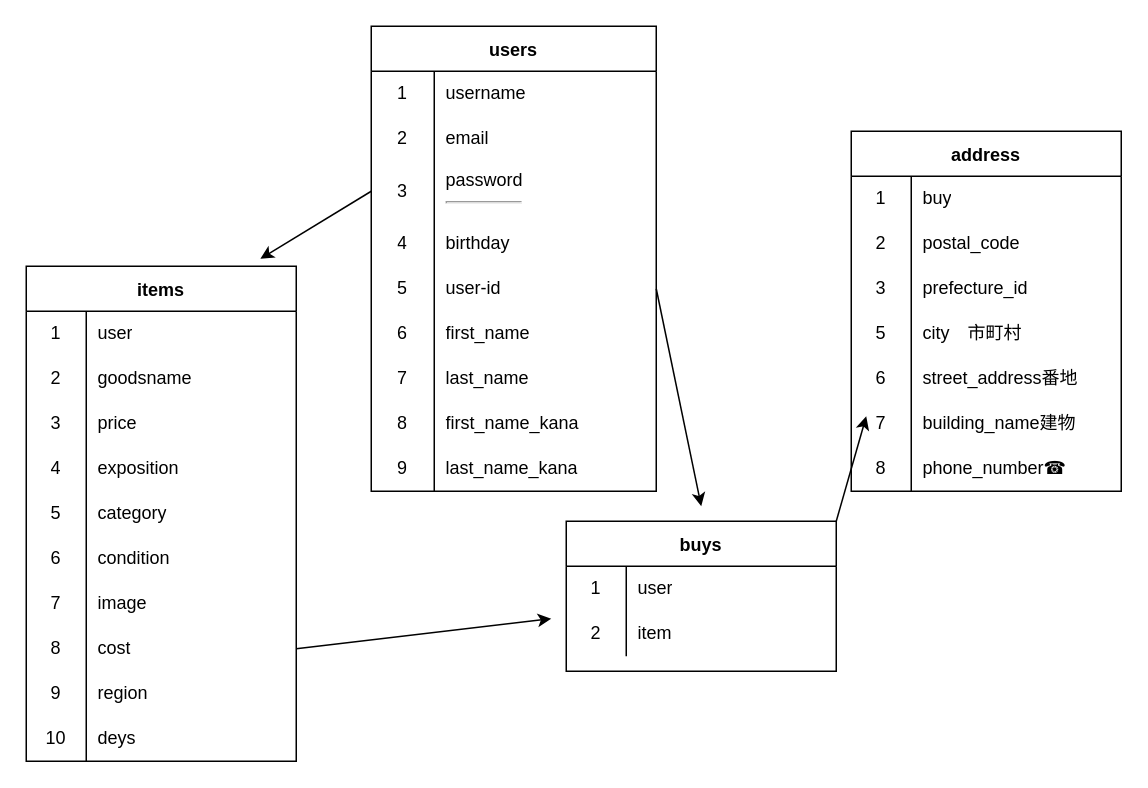
This is page "ページ1" (1 of 2) of ER.dio from 09pipapipa/furima-39971, a draw.io file, before an edit. Source tidied: cells renumbered, new cells numbered last; positions are measured from the earlier drawing's top-left corner, leaving out a move shared by most shapes. Both pictures are drawn from the tidied source at 150%, with x=0, y=0 at pixel (26, 26).
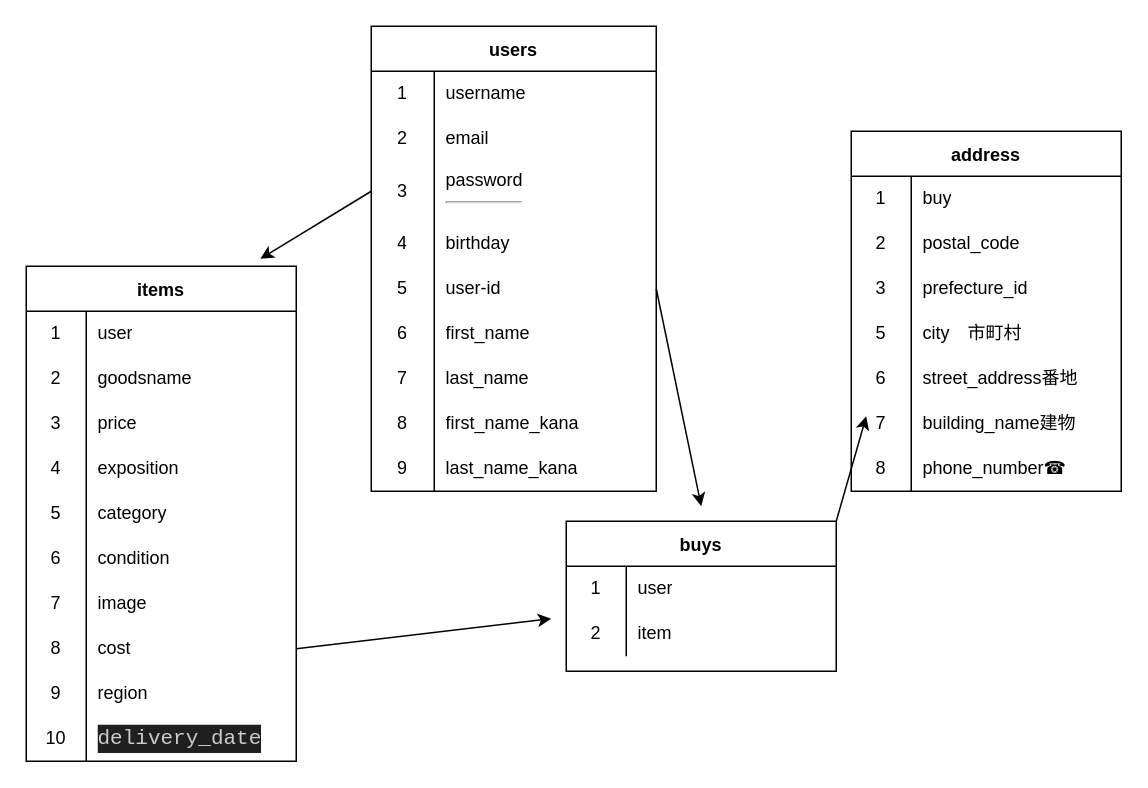
The same diagram, later.

Commit message (it also covers changes not shown here):
ER図修正５回目

Unchanged cells that the change refers to:
```xml
<mxCell id="58" style="shape=tableRow;horizontal=0;startSize=0;swimlaneHead=0;swimlaneBody=0;top=0;left=0;bottom=0;right=0;fillColor=none;" parent="30" vertex="1">
  <mxGeometry y="300" width="180" height="30" as="geometry" />
</mxCell>
```

Diff of the diagram source:
```diff
@@
-    <mxCell id="60" value="deys" style="shape=partialRectangle;html=1;whiteSpace=wrap;fillColor=none;top=0;left=0;bottom=0;right=0;align=left;spacingLeft=6;overflow=hidden;" parent="58" vertex="1">
+    <mxCell id="60" value="&lt;div style=&quot;color: rgb(204, 204, 204); background-color: rgb(31, 31, 31); font-family: Consolas, &amp;quot;Courier New&amp;quot;, monospace; font-size: 14px; line-height: 19px;&quot;&gt;delivery_date&lt;/div&gt;" style="shape=partialRectangle;html=1;whiteSpace=wrap;fillColor=none;top=0;left=0;bottom=0;right=0;align=left;spacingLeft=6;overflow=hidden;" parent="58" vertex="1">
       <mxGeometry x="40" width="140" height="30" as="geometry" />
     </mxCell>
```
